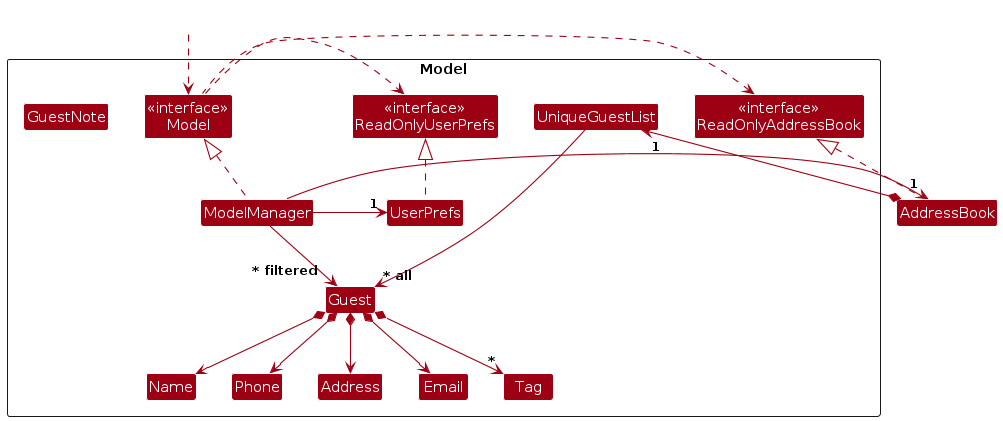
AY2425S2-CS2103T-W09-2/tp keeps this PlantUML diagram as diagrams/ModelClassDiagram.png. Above is the earlier version. Its source is kept beside it as diagrams/ModelClassDiagram.puml. The source it was exported from:
```plantuml
@startuml
!include style.puml
skinparam arrowThickness 1.1
skinparam arrowColor MODEL_COLOR
skinparam classBackgroundColor MODEL_COLOR

Package Model as ModelPackage <<Rectangle>>{
Class "<<interface>>\nReadOnlyAddressBook" as ReadOnlyAddressBook
Class "<<interface>>\nReadOnlyUserPrefs" as ReadOnlyUserPrefs
Class "<<interface>>\nModel" as Model
Class GuestNote
Class ModelManager
Class UserPrefs

Class UniqueGuestList
Class Guest
Class Address
Class Email
Class Name
Class Phone
Class Tag

Class I #FFFFFF
}

Class HiddenOutside #FFFFFF
HiddenOutside ..> Model

AddressBook .up.|> ReadOnlyAddressBook

ModelManager .up.|> Model
Model .right.> ReadOnlyUserPrefs
Model .left.> ReadOnlyAddressBook
ModelManager -left-> "1" AddressBook
ModelManager -right-> "1" UserPrefs
UserPrefs .up.|> ReadOnlyUserPrefs

AddressBook *--> "1" UniqueGuestList
UniqueGuestList --> "~* all" Guest
Guest *--> Name
Guest *--> Phone
Guest *--> Email
Guest *--> Address
Guest *--> "*" Tag

Guest -[hidden]up--> I
UniqueGuestList -[hidden]right-> I

Name -[hidden]right-> Phone
Phone -[hidden]right-> Address
Address -[hidden]right-> Email

ModelManager --> "~* filtered" Guest
@enduml
```
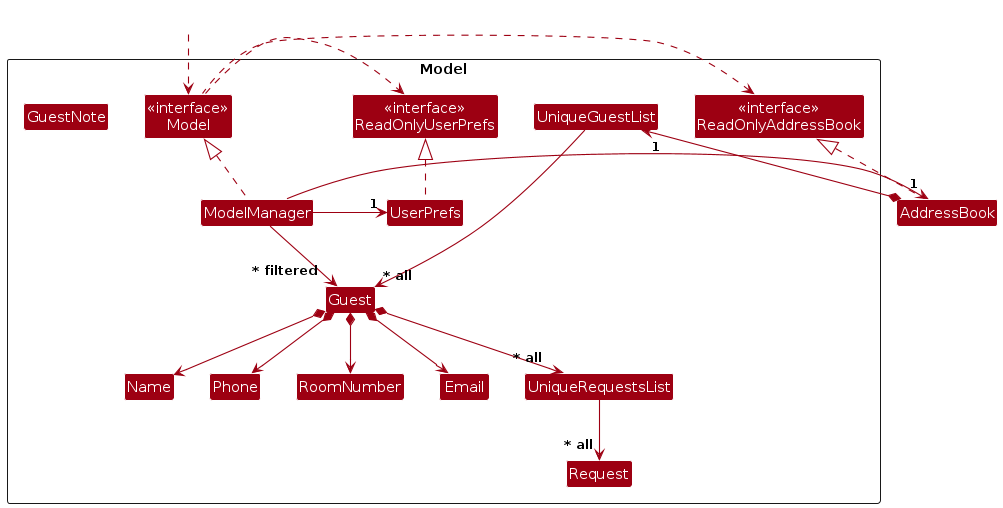
The same diagram one commit later.

Change to the diagram source:
```diff
@@ -14,11 +14,12 @@
 
 Class UniqueGuestList
 Class Guest
-Class Address
+Class RoomNumber
 Class Email
 Class Name
 Class Phone
-Class Tag
+Class UniqueRequestsList
+Class Request
 
 Class I #FFFFFF
 }
@@ -40,15 +41,14 @@
 Guest *--> Name
 Guest *--> Phone
 Guest *--> Email
-Guest *--> Address
-Guest *--> "*" Tag
+Guest *--> RoomNumber
+Guest *--> "~* all" UniqueRequestsList
+UniqueRequestsList --> "~* all" Request
 
 Guest -[hidden]up--> I
 UniqueGuestList -[hidden]right-> I
 
 Name -[hidden]right-> Phone
-Phone -[hidden]right-> Address
-Address -[hidden]right-> Email
 
 ModelManager --> "~* filtered" Guest
 @enduml
```
